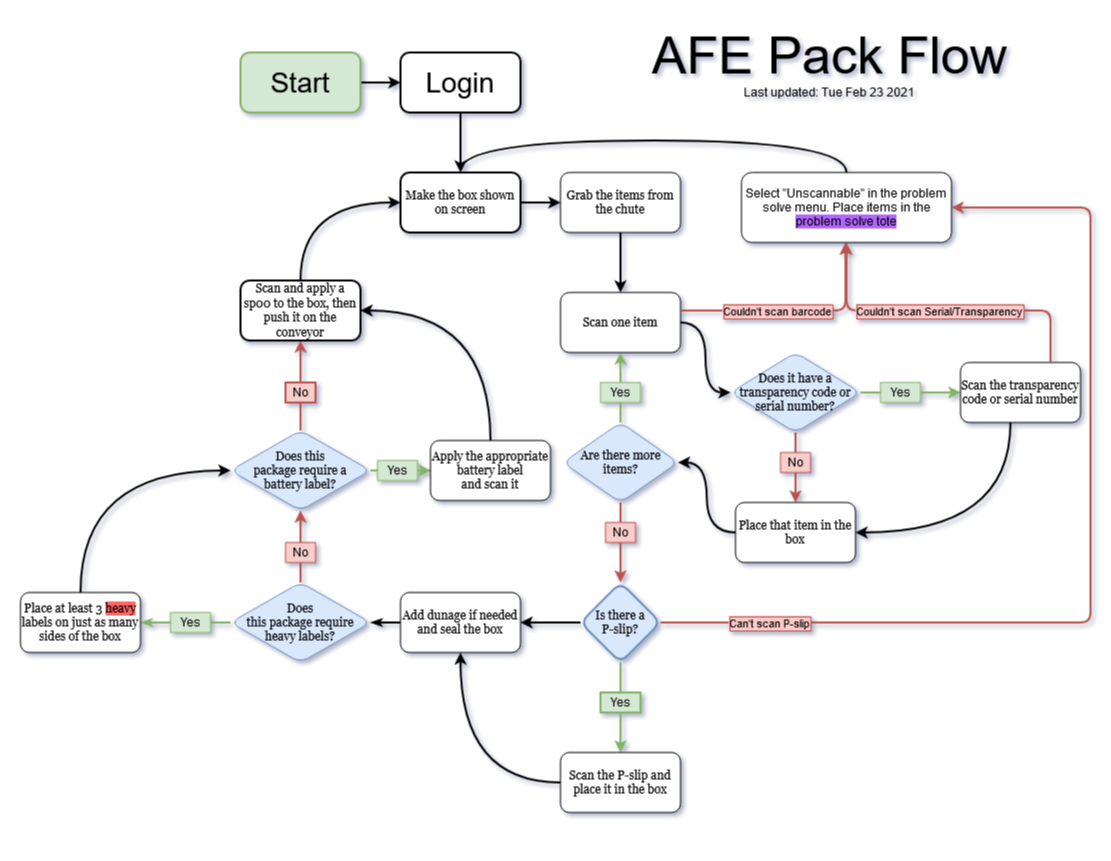
Before: media/AFE_Flows-Pack.png, a diagram exported from draw.io (Pshock13/shocklp). Source tidied: cells renumbered, new cells last; positions are measured from the earlier drawing's top-left corner, leaving out a move shared by most shapes. The source it was exported from:
```xml
<mxGraphModel shadow="1">
  <root>
    <mxCell id="0" />
    <mxCell id="1" parent="0" />
    <object id="2" label="Last updated: %date{ddd mmm dd yyyy}%" placeholders="1">
      <mxCell style="text;html=1;strokeColor=none;fillColor=none;align=center;verticalAlign=middle;whiteSpace=wrap;overflow=hidden;" parent="1" vertex="1">
        <mxGeometry x="711" y="42" width="196" height="20" as="geometry" />
      </mxCell>
    </object>
    <mxCell id="3" style="edgeStyle=orthogonalEdgeStyle;rounded=0;jettySize=auto;html=1;strokeWidth=2;" parent="1" edge="1" source="4" target="6">
      <mxGeometry relative="1" as="geometry" />
    </mxCell>
    <mxCell id="4" value="&lt;font style=&quot;font-size: 28px&quot;&gt;Start&lt;/font&gt;" style="rounded=1;whiteSpace=wrap;html=1;fillColor=#d5e8d4;strokeColor=#82b366;strokeWidth=2;" parent="1" vertex="1">
      <mxGeometry x="220" y="12" width="120" height="60" as="geometry" />
    </mxCell>
    <mxCell id="5" style="edgeStyle=orthogonalEdgeStyle;rounded=0;jettySize=auto;html=1;strokeWidth=2;" parent="1" edge="1" source="6" target="8">
      <mxGeometry relative="1" as="geometry" />
    </mxCell>
    <mxCell id="6" value="&lt;div style=&quot;font-size: 28px&quot;&gt;&lt;font style=&quot;font-size: 28px&quot;&gt;Login&lt;/font&gt;&lt;/div&gt;" style="rounded=1;whiteSpace=wrap;html=1;strokeWidth=2;" parent="1" vertex="1">
      <mxGeometry x="380" y="12" width="120" height="60" as="geometry" />
    </mxCell>
    <mxCell id="7" style="edgeStyle=orthogonalEdgeStyle;rounded=0;jettySize=auto;html=1;strokeWidth=2;" parent="1" edge="1" source="8" target="10">
      <mxGeometry relative="1" as="geometry" />
    </mxCell>
    <mxCell id="8" value="&lt;font face=&quot;Georgia&quot;&gt;Make the box shown on screen&lt;/font&gt;" style="rounded=1;whiteSpace=wrap;html=1;strokeWidth=2;" parent="1" vertex="1">
      <mxGeometry x="380" y="132" width="120" height="60" as="geometry" />
    </mxCell>
    <mxCell id="9" style="edgeStyle=orthogonalEdgeStyle;rounded=0;jettySize=auto;html=1;strokeWidth=2;" parent="1" edge="1" source="10" target="12">
      <mxGeometry relative="1" as="geometry" />
    </mxCell>
    <mxCell id="10" value="&lt;font face=&quot;Georgia&quot;&gt;Grab the items from the chute&lt;/font&gt;" style="rounded=1;whiteSpace=wrap;html=1;" parent="1" vertex="1">
      <mxGeometry x="540" y="132" width="120" height="60" as="geometry" />
    </mxCell>
    <mxCell id="11" style="edgeStyle=orthogonalEdgeStyle;jettySize=auto;html=1;curved=1;strokeWidth=2;" parent="1" edge="1" source="12" target="15">
      <mxGeometry relative="1" as="geometry" />
    </mxCell>
    <mxCell id="12" value="&lt;font face=&quot;Georgia&quot;&gt;Scan one item&lt;/font&gt;" style="rounded=1;whiteSpace=wrap;html=1;" parent="1" vertex="1">
      <mxGeometry x="540" y="252" width="120" height="60" as="geometry" />
    </mxCell>
    <mxCell id="13" style="edgeStyle=orthogonalEdgeStyle;rounded=0;jettySize=auto;html=1;fillColor=#f8cecc;strokeColor=#b85450;strokeWidth=2;" parent="1" edge="1" source="18" target="17">
      <mxGeometry relative="1" as="geometry" />
    </mxCell>
    <mxCell id="14" style="edgeStyle=orthogonalEdgeStyle;rounded=0;jettySize=auto;html=1;endArrow=classic;endFill=1;fillColor=#d5e8d4;strokeColor=#82b366;strokeWidth=2;" parent="1" edge="1" source="21" target="20">
      <mxGeometry relative="1" as="geometry" />
    </mxCell>
    <mxCell id="15" value="&lt;font face=&quot;Georgia&quot;&gt;Does it have a transparency code or serial number?&lt;/font&gt;" style="rhombus;whiteSpace=wrap;html=1;rounded=1;fillColor=#dae8fc;strokeColor=#6c8ebf;" parent="1" vertex="1">
      <mxGeometry x="710" y="312" width="130" height="80" as="geometry" />
    </mxCell>
    <mxCell id="16" style="edgeStyle=orthogonalEdgeStyle;curved=1;jettySize=auto;html=1;endArrow=classic;endFill=1;strokeWidth=2;" parent="1" edge="1" source="17" target="26">
      <mxGeometry relative="1" as="geometry" />
    </mxCell>
    <mxCell id="17" value="&lt;font face=&quot;Georgia&quot;&gt;Place that item in the box&lt;/font&gt;" style="whiteSpace=wrap;html=1;rounded=1;" parent="1" vertex="1">
      <mxGeometry x="715" y="462" width="120" height="60" as="geometry" />
    </mxCell>
    <mxCell id="18" value="&lt;div&gt;No&lt;/div&gt;" style="text;html=1;align=center;verticalAlign=middle;points=[];fillColor=#f8cecc;strokeColor=#b85450;" parent="1" vertex="1">
      <mxGeometry x="760" y="412" width="30" height="20" as="geometry" />
    </mxCell>
    <mxCell id="19" style="edgeStyle=orthogonalEdgeStyle;rounded=0;jettySize=auto;html=1;endArrow=none;endFill=0;fillColor=#f8cecc;strokeColor=#b85450;strokeWidth=2;" parent="1" edge="1" source="15" target="18">
      <mxGeometry relative="1" as="geometry" />
    </mxCell>
    <mxCell id="20" value="&lt;font face=&quot;Georgia&quot;&gt;Scan the transparency code or serial number&lt;/font&gt;" style="whiteSpace=wrap;html=1;rounded=1;" parent="1" vertex="1">
      <mxGeometry x="940" y="322" width="120" height="60" as="geometry" />
    </mxCell>
    <mxCell id="21" value="Yes" style="text;html=1;align=center;verticalAlign=middle;points=[];fillColor=#d5e8d4;strokeColor=#82b366;" parent="1" vertex="1">
      <mxGeometry x="860" y="342" width="40" height="20" as="geometry" />
    </mxCell>
    <mxCell id="22" style="edgeStyle=orthogonalEdgeStyle;rounded=0;jettySize=auto;html=1;endArrow=none;endFill=0;fillColor=#d5e8d4;strokeColor=#82b366;strokeWidth=2;" parent="1" edge="1" source="15" target="21">
      <mxGeometry relative="1" as="geometry" />
    </mxCell>
    <mxCell id="23" style="endArrow=classic;html=1;edgeStyle=orthogonalEdgeStyle;entryX=1;entryY=0.5;entryDx=0;entryDy=0;curved=1;strokeWidth=2;" parent="1" edge="1" target="17">
      <mxGeometry relative="1" as="geometry">
        <mxPoint x="990" y="382" as="sourcePoint" />
        <Array as="points">
          <mxPoint x="990" y="492" />
        </Array>
      </mxGeometry>
    </mxCell>
    <mxCell id="24" style="edgeStyle=orthogonalEdgeStyle;curved=1;jettySize=auto;html=1;endArrow=classic;endFill=1;fillColor=#d5e8d4;strokeColor=#82b366;strokeWidth=2;" parent="1" edge="1" source="27" target="12">
      <mxGeometry relative="1" as="geometry" />
    </mxCell>
    <mxCell id="25" style="edgeStyle=orthogonalEdgeStyle;curved=1;jettySize=auto;html=1;endArrow=classic;endFill=1;fillColor=#f8cecc;strokeColor=#b85450;strokeWidth=2;" parent="1" edge="1" source="32" target="31">
      <mxGeometry relative="1" as="geometry" />
    </mxCell>
    <mxCell id="26" value="&lt;font face=&quot;Georgia&quot;&gt;Are there more items?&lt;/font&gt;" style="rhombus;whiteSpace=wrap;html=1;rounded=1;fillColor=#dae8fc;strokeColor=#6c8ebf;" parent="1" vertex="1">
      <mxGeometry x="542.5" y="382" width="115" height="80" as="geometry" />
    </mxCell>
    <mxCell id="27" value="Yes" style="text;html=1;align=center;verticalAlign=middle;points=[];fillColor=#d5e8d4;strokeColor=#82b366;" parent="1" vertex="1">
      <mxGeometry x="580" y="342" width="40" height="20" as="geometry" />
    </mxCell>
    <mxCell id="28" style="edgeStyle=orthogonalEdgeStyle;curved=1;jettySize=auto;html=1;endArrow=none;endFill=0;fillColor=#d5e8d4;strokeColor=#82b366;strokeWidth=2;" parent="1" edge="1" source="26" target="27">
      <mxGeometry relative="1" as="geometry" />
    </mxCell>
    <mxCell id="29" style="edgeStyle=orthogonalEdgeStyle;curved=1;jettySize=auto;html=1;endArrow=classic;endFill=1;strokeWidth=2;" parent="1" edge="1" source="31" target="35">
      <mxGeometry relative="1" as="geometry" />
    </mxCell>
    <mxCell id="30" style="edgeStyle=orthogonalEdgeStyle;curved=1;jettySize=auto;html=1;endArrow=classic;endFill=1;fillColor=#d5e8d4;strokeColor=#82b366;strokeWidth=2;" parent="1" edge="1" source="37" target="36">
      <mxGeometry relative="1" as="geometry" />
    </mxCell>
    <mxCell id="31" value="&lt;font face=&quot;Georgia&quot;&gt;Is there a P-slip?&lt;/font&gt;" style="rhombus;whiteSpace=wrap;html=1;rounded=1;strokeColor=#6c8ebf;fillColor=#dae8fc;strokeWidth=2;" parent="1" vertex="1">
      <mxGeometry x="560" y="542" width="80" height="80" as="geometry" />
    </mxCell>
    <mxCell id="32" value="&lt;div&gt;No&lt;/div&gt;" style="text;html=1;align=center;verticalAlign=middle;points=[];fillColor=#f8cecc;strokeColor=#b85450;" parent="1" vertex="1">
      <mxGeometry x="585" y="482" width="30" height="20" as="geometry" />
    </mxCell>
    <mxCell id="33" style="edgeStyle=orthogonalEdgeStyle;curved=1;jettySize=auto;html=1;endArrow=none;endFill=0;fillColor=#f8cecc;strokeColor=#b85450;strokeWidth=2;" parent="1" edge="1" source="26" target="32">
      <mxGeometry relative="1" as="geometry" />
    </mxCell>
    <mxCell id="34" style="edgeStyle=orthogonalEdgeStyle;curved=1;jettySize=auto;html=1;endArrow=classicThin;endFill=1;strokeWidth=2;" parent="1" edge="1" source="35" target="42">
      <mxGeometry relative="1" as="geometry" />
    </mxCell>
    <mxCell id="35" value="&lt;font face=&quot;Georgia&quot;&gt;Add dunage if needed and seal the box&lt;/font&gt;" style="whiteSpace=wrap;html=1;rounded=1;" parent="1" vertex="1">
      <mxGeometry x="380" y="552" width="120" height="60" as="geometry" />
    </mxCell>
    <mxCell id="36" value="&lt;font face=&quot;Georgia&quot;&gt;Scan the P-slip and place it in the box&lt;/font&gt;" style="whiteSpace=wrap;html=1;rounded=1;" parent="1" vertex="1">
      <mxGeometry x="540" y="712" width="120" height="60" as="geometry" />
    </mxCell>
    <mxCell id="37" value="Yes" style="text;html=1;align=center;verticalAlign=middle;points=[];fillColor=#d5e8d4;strokeColor=#82b366;strokeWidth=2;" parent="1" vertex="1">
      <mxGeometry x="580" y="652" width="40" height="20" as="geometry" />
    </mxCell>
    <mxCell id="38" style="edgeStyle=orthogonalEdgeStyle;curved=1;jettySize=auto;html=1;endArrow=none;endFill=0;fillColor=#d5e8d4;strokeColor=#82b366;strokeWidth=2;" parent="1" edge="1" source="31" target="37">
      <mxGeometry relative="1" as="geometry" />
    </mxCell>
    <mxCell id="39" style="curved=1;endArrow=classic;html=1;exitX=0;exitY=0.5;exitDx=0;exitDy=0;entryX=0.5;entryY=1;entryDx=0;entryDy=0;strokeWidth=2;" parent="1" edge="1" source="36" target="35">
      <mxGeometry relative="1" as="geometry">
        <Array as="points">
          <mxPoint x="440" y="742" />
        </Array>
      </mxGeometry>
    </mxCell>
    <mxCell id="40" style="edgeStyle=orthogonalEdgeStyle;curved=1;jettySize=auto;html=1;endArrow=classicThin;endFill=1;fillColor=#d5e8d4;strokeColor=#82b366;strokeWidth=2;" parent="1" edge="1" source="44" target="43">
      <mxGeometry relative="1" as="geometry" />
    </mxCell>
    <mxCell id="41" style="edgeStyle=orthogonalEdgeStyle;curved=1;jettySize=auto;html=1;endArrow=none;endFill=0;fillColor=#f8cecc;strokeColor=#b85450;strokeWidth=2;" parent="1" edge="1" source="50">
      <mxGeometry relative="1" as="geometry">
        <mxPoint x="280" y="472" as="targetPoint" />
      </mxGeometry>
    </mxCell>
    <mxCell id="42" value="&lt;div&gt;&lt;font face=&quot;Georgia&quot;&gt;Does&lt;/font&gt;&lt;/div&gt;&lt;div&gt;&lt;font face=&quot;Georgia&quot;&gt;this package require heavy labels?&lt;/font&gt;&lt;/div&gt;" style="rhombus;whiteSpace=wrap;html=1;rounded=1;fillColor=#dae8fc;strokeColor=#6c8ebf;" parent="1" vertex="1">
      <mxGeometry x="210" y="542" width="140" height="80" as="geometry" />
    </mxCell>
    <mxCell id="43" value="&lt;font face=&quot;Georgia&quot;&gt;Place at least 3 &lt;span style=&quot;background-color: rgb(255 , 102 , 102)&quot;&gt;heavy&lt;/span&gt; labels on just as many sides of the box&lt;/font&gt;" style="whiteSpace=wrap;html=1;rounded=1;" parent="1" vertex="1">
      <mxGeometry y="552" width="120" height="60" as="geometry" />
    </mxCell>
    <mxCell id="44" value="Yes" style="text;html=1;align=center;verticalAlign=middle;points=[];fillColor=#d5e8d4;strokeColor=#82b366;" parent="1" vertex="1">
      <mxGeometry x="150" y="572" width="40" height="20" as="geometry" />
    </mxCell>
    <mxCell id="45" style="edgeStyle=orthogonalEdgeStyle;curved=1;jettySize=auto;html=1;endArrow=none;endFill=0;fillColor=#d5e8d4;strokeColor=#82b366;strokeWidth=2;" parent="1" edge="1" source="42" target="44">
      <mxGeometry relative="1" as="geometry" />
    </mxCell>
    <mxCell id="46" style="edgeStyle=orthogonalEdgeStyle;curved=1;jettySize=auto;html=1;endArrow=classic;endFill=1;fillColor=#f8cecc;strokeColor=#b85450;strokeWidth=2;" parent="1" edge="1" source="57" target="53">
      <mxGeometry relative="1" as="geometry" />
    </mxCell>
    <mxCell id="47" style="edgeStyle=orthogonalEdgeStyle;curved=1;jettySize=auto;html=1;endArrow=classic;endFill=1;fillColor=#d5e8d4;strokeColor=#82b366;strokeWidth=2;" parent="1" edge="1" source="55" target="54">
      <mxGeometry relative="1" as="geometry" />
    </mxCell>
    <mxCell id="48" value="&lt;div&gt;&lt;font face=&quot;Georgia&quot;&gt;Does this&lt;/font&gt;&lt;/div&gt;&lt;div&gt;&lt;font face=&quot;Georgia&quot;&gt;package require a&lt;/font&gt;&lt;/div&gt;&lt;div&gt;&lt;font face=&quot;Georgia&quot;&gt;battery label?&lt;/font&gt;&lt;/div&gt;" style="rhombus;whiteSpace=wrap;html=1;rounded=1;fillColor=#dae8fc;strokeColor=#6c8ebf;" parent="1" vertex="1">
      <mxGeometry x="210" y="390" width="140" height="80" as="geometry" />
    </mxCell>
    <mxCell id="49" style="edgeStyle=orthogonalEdgeStyle;curved=1;jettySize=auto;html=1;endArrow=classic;endFill=1;fillColor=#f8cecc;strokeColor=#b85450;strokeWidth=2;" parent="1" edge="1" source="50" target="48">
      <mxGeometry relative="1" as="geometry" />
    </mxCell>
    <mxCell id="50" value="&lt;div&gt;No&lt;/div&gt;" style="text;html=1;align=center;verticalAlign=middle;points=[];fillColor=#f8cecc;strokeColor=#b85450;" parent="1" vertex="1">
      <mxGeometry x="265" y="502" width="30" height="20" as="geometry" />
    </mxCell>
    <mxCell id="51" style="edgeStyle=orthogonalEdgeStyle;curved=1;jettySize=auto;html=1;endArrow=none;endFill=0;fillColor=#f8cecc;strokeColor=#b85450;strokeWidth=2;" parent="1" edge="1" source="42" target="50">
      <mxGeometry relative="1" as="geometry" />
    </mxCell>
    <mxCell id="52" style="endArrow=classic;html=1;entryX=0;entryY=0.5;entryDx=0;entryDy=0;exitX=0.5;exitY=0;exitDx=0;exitDy=0;curved=1;strokeWidth=2;" parent="1" edge="1" source="43" target="48">
      <mxGeometry relative="1" as="geometry">
        <Array as="points">
          <mxPoint x="60" y="430" />
        </Array>
      </mxGeometry>
    </mxCell>
    <mxCell id="53" value="&lt;font face=&quot;Georgia&quot;&gt;Scan and apply a sp00 to the box, then push it on the conveyor&lt;/font&gt;" style="whiteSpace=wrap;html=1;rounded=1;strokeWidth=2;" parent="1" vertex="1">
      <mxGeometry x="220" y="240" width="120" height="60" as="geometry" />
    </mxCell>
    <mxCell id="54" value="&lt;div&gt;&lt;font face=&quot;Georgia&quot;&gt;Apply the appropriate battery label&lt;/font&gt;&lt;/div&gt;&lt;div&gt;&lt;font face=&quot;Georgia&quot;&gt;and scan it&lt;/font&gt;&lt;/div&gt;" style="whiteSpace=wrap;html=1;rounded=1;" parent="1" vertex="1">
      <mxGeometry x="410" y="400" width="120" height="60" as="geometry" />
    </mxCell>
    <mxCell id="55" value="Yes" style="text;html=1;align=center;verticalAlign=middle;points=[];fillColor=#d5e8d4;strokeColor=#82b366;" parent="1" vertex="1">
      <mxGeometry x="357" y="420" width="40" height="20" as="geometry" />
    </mxCell>
    <mxCell id="56" style="edgeStyle=orthogonalEdgeStyle;curved=1;jettySize=auto;html=1;endArrow=none;endFill=0;fillColor=#d5e8d4;strokeColor=#82b366;strokeWidth=2;" parent="1" edge="1" source="48" target="55">
      <mxGeometry relative="1" as="geometry">
        <Array as="points">
          <mxPoint x="357" y="430" />
          <mxPoint x="357" y="430" />
        </Array>
      </mxGeometry>
    </mxCell>
    <mxCell id="57" value="&lt;div&gt;No&lt;/div&gt;" style="text;html=1;align=center;verticalAlign=middle;points=[];fillColor=#f8cecc;strokeColor=#b85450;strokeWidth=2;" parent="1" vertex="1">
      <mxGeometry x="265" y="342" width="30" height="20" as="geometry" />
    </mxCell>
    <mxCell id="58" style="edgeStyle=orthogonalEdgeStyle;curved=1;jettySize=auto;html=1;endArrow=none;endFill=0;fillColor=#f8cecc;strokeColor=#b85450;strokeWidth=2;" parent="1" edge="1" source="48" target="57">
      <mxGeometry relative="1" as="geometry" />
    </mxCell>
    <mxCell id="59" style="endArrow=classic;html=1;exitX=0.5;exitY=0;exitDx=0;exitDy=0;entryX=1;entryY=0.5;entryDx=0;entryDy=0;curved=1;strokeWidth=2;" parent="1" edge="1" source="54" target="53">
      <mxGeometry relative="1" as="geometry">
        <Array as="points">
          <mxPoint x="470" y="270" />
        </Array>
      </mxGeometry>
    </mxCell>
    <mxCell id="60" style="endArrow=classic;html=1;exitX=0.5;exitY=0;exitDx=0;exitDy=0;entryX=0;entryY=0.5;entryDx=0;entryDy=0;curved=1;strokeWidth=2;" parent="1" edge="1" source="53" target="8">
      <mxGeometry relative="1" as="geometry">
        <Array as="points">
          <mxPoint x="280" y="162" />
        </Array>
      </mxGeometry>
    </mxCell>
    <mxCell id="61" value="&lt;font style=&quot;font-size: 52px&quot;&gt;AFE Pack Flow&lt;br&gt;&lt;/font&gt;" style="text;html=1;align=center;verticalAlign=middle;" parent="1" vertex="1">
      <mxGeometry x="624" width="370" height="30" as="geometry" />
    </mxCell>
    <mxCell id="62" style="endArrow=classic;html=1;edgeStyle=elbowEdgeStyle;elbow=vertical;fillColor=#f8cecc;strokeColor=#b85450;strokeWidth=2;" parent="1" edge="1" target="67">
      <mxGeometry relative="1" as="geometry">
        <mxPoint x="660" y="270" as="sourcePoint" />
        <Array as="points">
          <mxPoint x="825" y="270" />
          <mxPoint x="840" y="280" />
          <mxPoint x="720" y="290" />
          <mxPoint x="930" y="190" />
          <mxPoint x="950" y="250" />
          <mxPoint x="910" y="250" />
        </Array>
      </mxGeometry>
    </mxCell>
    <mxCell id="63" value="Couldn't scan barcode" style="edgeLabel;html=1;align=center;verticalAlign=middle;labelBackgroundColor=#FFCCCC;labelBorderColor=#B85450;" parent="62" vertex="1">
      <mxGeometry relative="1" as="geometry">
        <mxPoint x="-20.3" as="offset" />
      </mxGeometry>
    </mxCell>
    <mxCell id="64" style="endArrow=classic;html=1;edgeStyle=elbowEdgeStyle;elbow=vertical;fillColor=#f8cecc;strokeColor=#b85450;strokeWidth=2;" parent="1" edge="1" source="20" target="67">
      <mxGeometry relative="1" as="geometry">
        <Array as="points">
          <mxPoint x="1030" y="270" />
          <mxPoint x="990" y="270" />
          <mxPoint x="825" y="270" />
          <mxPoint x="825" y="240" />
          <mxPoint x="840" y="270" />
          <mxPoint x="840" y="250" />
          <mxPoint x="1009" y="270" />
          <mxPoint x="1030" y="300" />
          <mxPoint x="840" y="270" />
          <mxPoint x="860" y="240" />
          <mxPoint x="1049" y="200" />
          <mxPoint x="929" y="210" />
          <mxPoint x="1139" y="110" />
          <mxPoint x="1159" y="170" />
          <mxPoint x="1119" y="170" />
        </Array>
      </mxGeometry>
    </mxCell>
    <mxCell id="65" value="Couldn't scan Serial/Transparency" style="edgeLabel;html=1;align=center;verticalAlign=middle;labelBackgroundColor=#FFCCCC;labelBorderColor=#B85450;" parent="64" vertex="1">
      <mxGeometry relative="1" as="geometry">
        <mxPoint x="-1.3" as="offset" />
      </mxGeometry>
    </mxCell>
    <mxCell id="66" style="edgeStyle=elbowEdgeStyle;curved=1;jettySize=auto;elbow=vertical;html=1;exitX=0.5;exitY=0;exitDx=0;exitDy=0;endArrow=none;endFill=0;strokeWidth=2;" parent="1" edge="1" source="67">
      <mxGeometry relative="1" as="geometry">
        <mxPoint x="440" y="130" as="targetPoint" />
        <Array as="points">
          <mxPoint x="740" y="100" />
          <mxPoint x="730" y="162" />
          <mxPoint x="700" y="170" />
        </Array>
      </mxGeometry>
    </mxCell>
    <mxCell id="67" value="&lt;div&gt;Select &quot;Unscannable&quot; in the problem solve menu. Place items in the &lt;span style=&quot;background-color: rgb(178 , 102 , 255)&quot;&gt;problem solve tote&lt;/span&gt;&lt;br&gt;&lt;/div&gt;" style="rounded=1;whiteSpace=wrap;html=1;" parent="1" vertex="1">
      <mxGeometry x="721" y="132" width="210" height="70" as="geometry" />
    </mxCell>
    <mxCell id="68" style="endArrow=classic;html=1;edgeStyle=elbowEdgeStyle;elbow=vertical;fillColor=#f8cecc;strokeColor=#b85450;exitX=1;exitY=0.5;exitDx=0;exitDy=0;entryX=1;entryY=0.5;entryDx=0;entryDy=0;rounded=1;strokeWidth=2;" parent="1" edge="1" source="31" target="67">
      <mxGeometry relative="1" as="geometry">
        <Array as="points">
          <mxPoint x="1070" y="450" />
          <mxPoint x="1050" y="582" />
          <mxPoint x="860" y="652" />
          <mxPoint x="875" y="662" />
          <mxPoint x="755" y="672" />
          <mxPoint x="965" y="572" />
          <mxPoint x="985" y="632" />
          <mxPoint x="945" y="632" />
        </Array>
      </mxGeometry>
    </mxCell>
    <mxCell id="69" value="Can't scan P-slip" style="edgeLabel;html=1;align=center;verticalAlign=middle;labelBackgroundColor=#FFCCCC;labelBorderColor=#B85450;" parent="68" vertex="1">
      <mxGeometry relative="1" as="geometry">
        <mxPoint x="-322" y="62" as="offset" />
      </mxGeometry>
    </mxCell>
  </root>
</mxGraphModel>
```
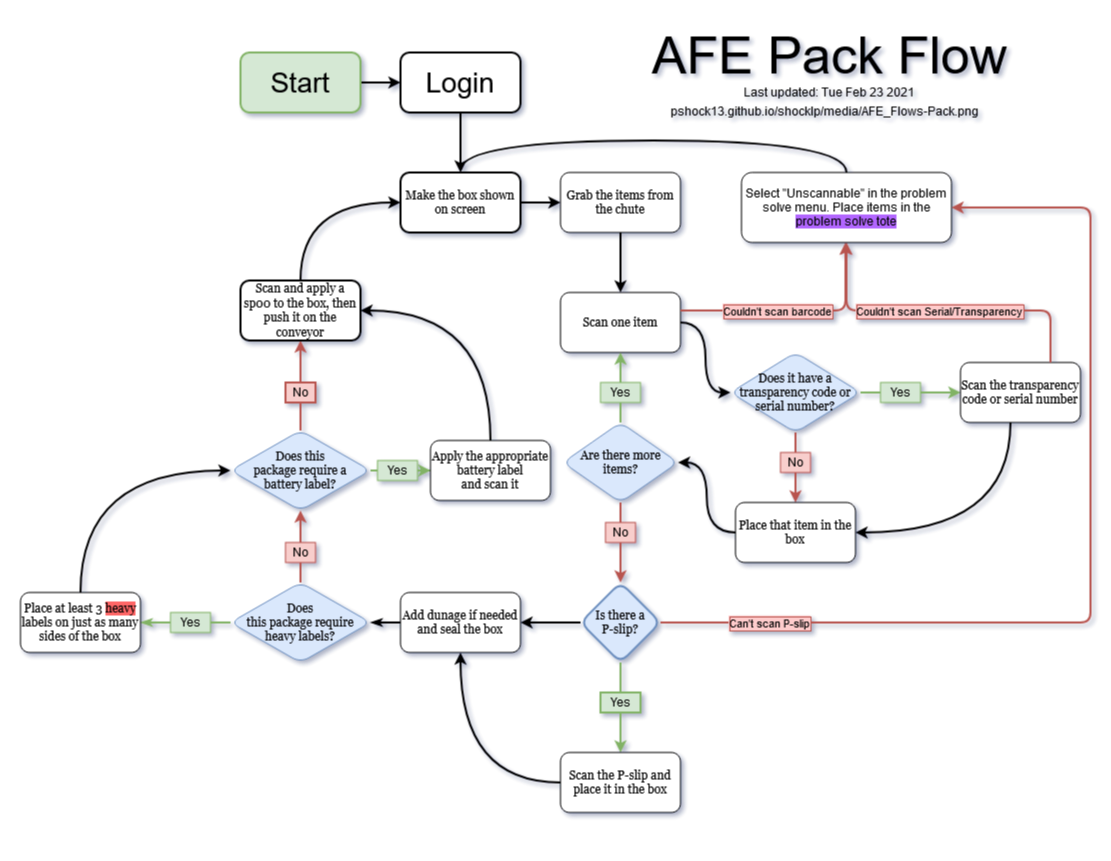
After the commit.

Commit message:
update media w/ links

The edit, as a diff of the source:
```diff
@@ -288,5 +288,8 @@
         <mxPoint x="-322" y="62" as="offset" />
       </mxGeometry>
     </mxCell>
+    <mxCell id="70" value="pshock13.github.io/shocklp/media/AFE_Flows-Pack.png" style="text;html=1;align=center;verticalAlign=middle;" parent="1" vertex="1">
+      <mxGeometry x="645" y="62" width="318" height="18" as="geometry" />
+    </mxCell>
   </root>
 </mxGraphModel>
```
